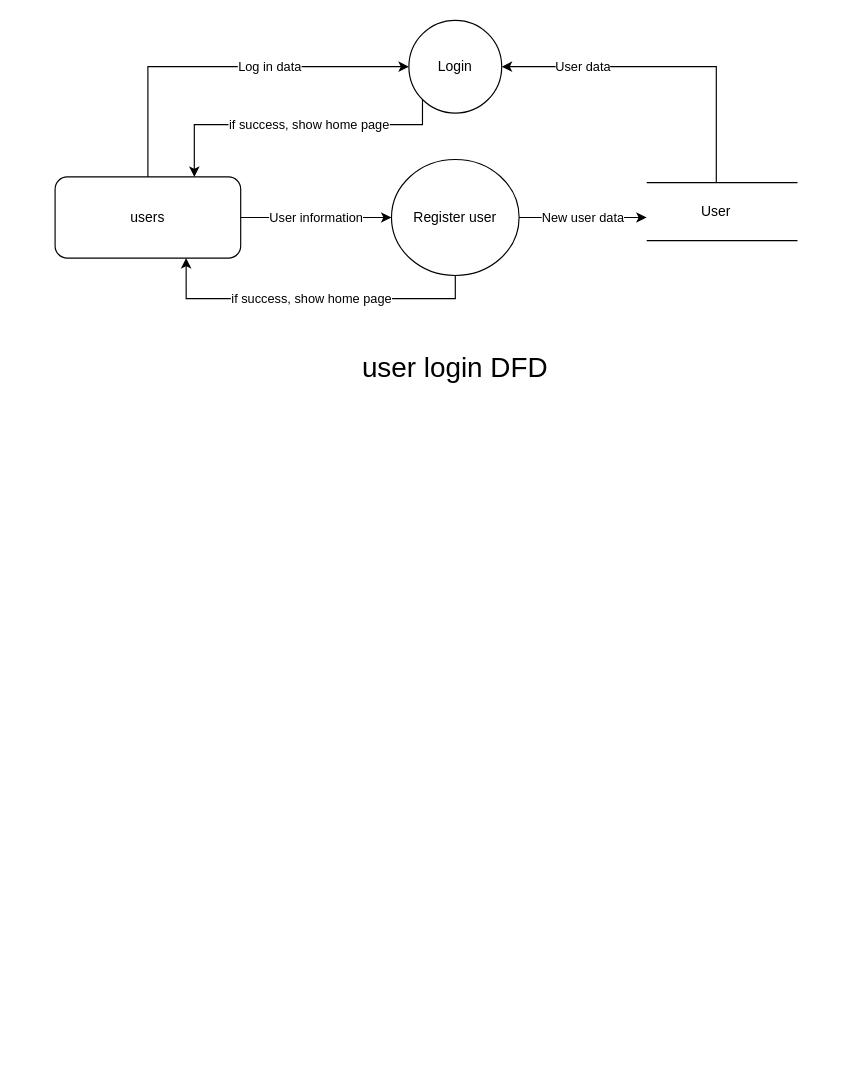
This is page "In_Customer" (1 of 6) of health.drawio from YeMyat144/DFD_ER, a draw.io file, before an edit. Source tidied: cells renumbered, new cells numbered last; positions are measured from the earlier drawing's top-left corner, leaving out a move shared by most shapes. Both pictures are drawn from the tidied source at 116%, with x=0, y=0 at pixel (55, 20).
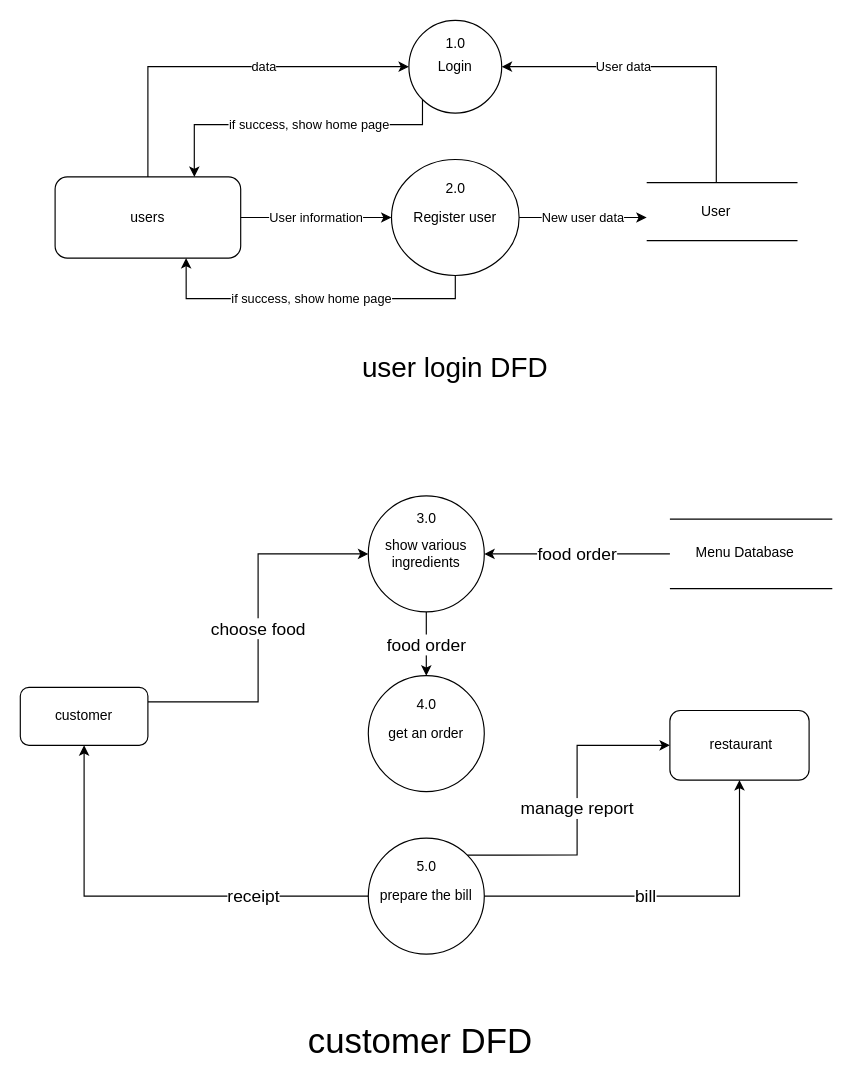
Above is the later version.

The change refers to these unchanged cells:
```xml
<mxCell id="3" value="Login" style="ellipse;whiteSpace=wrap;html=1;" parent="1" vertex="1">
  <mxGeometry x="305" width="80" height="80" as="geometry" />
</mxCell>
<mxCell id="6" value="&lt;font style=&quot;font-size: 12px;&quot;&gt;users&lt;/font&gt;" style="rounded=1;whiteSpace=wrap;html=1;" parent="1" vertex="1">
  <mxGeometry y="135" width="160" height="70" as="geometry" />
</mxCell>
```

Change to the diagram source:
```diff
@@
-    <mxCell id="5" value="Log in data" style="edgeStyle=orthogonalEdgeStyle;rounded=0;jettySize=auto;html=1;exitX=0.532;exitY=0.016;exitDx=0;exitDy=0;entryX=0;entryY=0.5;entryDx=0;entryDy=0;exitPerimeter=0;" parent="1" edge="1" source="6" target="3">
-      <mxGeometry x="0.26" relative="1" as="geometry">
+    <mxCell id="5" value="data" style="edgeStyle=orthogonalEdgeStyle;rounded=0;jettySize=auto;html=1;exitX=0.532;exitY=0.016;exitDx=0;exitDy=0;entryX=0;entryY=0.5;entryDx=0;entryDy=0;exitPerimeter=0;" parent="1" edge="1" source="6" target="3">
+      <mxGeometry x="0.23" relative="1" as="geometry">
         <Array as="points">
           <mxPoint x="80" y="130" />
           <mxPoint x="80" y="130" />
           <mxPoint x="80" y="40" />
         </Array>
       </mxGeometry>
     </mxCell>
@@
     <mxCell id="9" value="User data" style="edgeStyle=orthogonalEdgeStyle;rounded=0;jettySize=auto;html=1;exitX=0.5;exitY=0;exitDx=0;exitDy=0;entryX=1;entryY=0.5;entryDx=0;entryDy=0;" parent="1" edge="1" target="3">
-      <mxGeometry x="0.51" relative="1" as="geometry">
+      <mxGeometry x="0.26" relative="1" as="geometry">
         <mxPoint x="570" y="140" as="sourcePoint" />
         <Array as="points">
           <mxPoint x="570" y="40" />
         </Array>
       </mxGeometry>
     </mxCell>
@@
+    <mxCell id="15" value="choose food" style="edgeStyle=orthogonalEdgeStyle;rounded=0;jettySize=auto;html=1;exitX=1;exitY=0.25;exitDx=0;exitDy=0;entryX=0;entryY=0.5;entryDx=0;entryDy=0;fontSize=15;" parent="1" edge="1" source="16" target="19">
+      <mxGeometry relative="1" as="geometry" />
+    </mxCell>
+    <mxCell id="16" value="customer" style="rounded=1;whiteSpace=wrap;html=1;" parent="1" vertex="1">
+      <mxGeometry x="-30" y="575" width="110" height="50" as="geometry" />
+    </mxCell>
+    <mxCell id="17" value="food order" style="edgeStyle=orthogonalEdgeStyle;rounded=0;jettySize=auto;html=1;exitX=1;exitY=0.5;exitDx=0;exitDy=0;startArrow=classic;startFill=1;endArrow=none;endFill=0;fontSize=15;" parent="1" edge="1" source="19">
+      <mxGeometry relative="1" as="geometry">
+        <mxPoint x="530" y="460" as="targetPoint" />
+      </mxGeometry>
+    </mxCell>
+    <mxCell id="18" value="food order" style="edgeStyle=orthogonalEdgeStyle;rounded=0;jettySize=auto;html=1;fontSize=15;" parent="1" edge="1" source="19" target="20">
+      <mxGeometry relative="1" as="geometry" />
+    </mxCell>
+    <mxCell id="19" value="show various ingredients" style="ellipse;whiteSpace=wrap;html=1;" parent="1" vertex="1">
+      <mxGeometry x="270" y="410" width="100" height="100" as="geometry" />
+    </mxCell>
+    <mxCell id="20" value="get an order" style="ellipse;whiteSpace=wrap;html=1;" parent="1" vertex="1">
+      <mxGeometry x="270" y="565" width="100" height="100" as="geometry" />
+    </mxCell>
+    <mxCell id="21" value="receipt" style="edgeStyle=orthogonalEdgeStyle;rounded=0;jettySize=auto;html=1;exitX=0;exitY=0.5;exitDx=0;exitDy=0;entryX=0.5;entryY=1;entryDx=0;entryDy=0;fontSize=15;" parent="1" edge="1" target="16">
+      <mxGeometry x="-0.27" relative="1" as="geometry">
+        <mxPoint x="329.7" y="755" as="sourcePoint" />
+        <Array as="points">
+          <mxPoint x="25" y="755" />
+        </Array>
+      </mxGeometry>
+    </mxCell>
+    <mxCell id="22" value="manage report" style="edgeStyle=orthogonalEdgeStyle;rounded=0;jettySize=auto;html=1;exitX=1;exitY=0;exitDx=0;exitDy=0;entryX=0;entryY=0.5;entryDx=0;entryDy=0;fontSize=15;" parent="1" edge="1" source="23" target="27">
+      <mxGeometry relative="1" as="geometry" />
+    </mxCell>
+    <mxCell id="23" value="prepare the bill" style="ellipse;whiteSpace=wrap;html=1;" parent="1" vertex="1">
+      <mxGeometry x="270" y="705" width="100" height="100" as="geometry" />
+    </mxCell>
+    <mxCell id="24" value="Menu Database" style="text;html=1;align=center;verticalAlign=middle;whiteSpace=wrap;rounded=0;" parent="1" vertex="1">
+      <mxGeometry x="550" y="444.4" width="90" height="30" as="geometry" />
+    </mxCell>
+    <mxCell id="25" style="edgeStyle=orthogonalEdgeStyle;rounded=0;orthogonalLoop=1;jettySize=auto;html=1;exitX=0.5;exitY=1;exitDx=0;exitDy=0;" parent="1" edge="1" source="24" target="24">
+      <mxGeometry relative="1" as="geometry" />
+    </mxCell>
+    <mxCell id="26" value="bill" style="edgeStyle=orthogonalEdgeStyle;rounded=0;jettySize=auto;html=1;exitX=0.5;exitY=1;exitDx=0;exitDy=0;entryX=1;entryY=0.5;entryDx=0;entryDy=0;startArrow=classic;startFill=1;endArrow=none;endFill=0;fontSize=15;" parent="1" edge="1" source="27" target="23">
+      <mxGeometry x="0.13" relative="1" as="geometry" />
+    </mxCell>
+    <mxCell id="27" value="&amp;nbsp;restaurant" style="rounded=1;whiteSpace=wrap;html=1;" parent="1" vertex="1">
+      <mxGeometry x="530" y="595" width="120" height="60" as="geometry" />
+    </mxCell>
+    <mxCell id="28" value="customer DFD" style="text;html=1;align=center;verticalAlign=middle;whiteSpace=wrap;rounded=0;fontSize=30;" parent="1" vertex="1">
+      <mxGeometry x="215" y="855" width="200" height="50" as="geometry" />
+    </mxCell>
+    <mxCell id="29" value="1.0" style="text;html=1;align=center;verticalAlign=middle;whiteSpace=wrap;rounded=0;" parent="1" vertex="1">
+      <mxGeometry x="322.5" y="10" width="45" height="20" as="geometry" />
+    </mxCell>
+    <mxCell id="30" value="2.0" style="text;html=1;align=center;verticalAlign=middle;whiteSpace=wrap;rounded=0;" parent="1" vertex="1">
+      <mxGeometry x="322.5" y="135" width="45" height="20" as="geometry" />
+    </mxCell>
+    <mxCell id="31" value="3.0" style="text;html=1;align=center;verticalAlign=middle;whiteSpace=wrap;rounded=0;" parent="1" vertex="1">
+      <mxGeometry x="297.5" y="420" width="45" height="20" as="geometry" />
+    </mxCell>
+    <mxCell id="32" value="4.0" style="text;html=1;align=center;verticalAlign=middle;whiteSpace=wrap;rounded=0;" parent="1" vertex="1">
+      <mxGeometry x="297.5" y="580" width="45" height="20" as="geometry" />
+    </mxCell>
+    <mxCell id="33" value="5.0" style="text;html=1;align=center;verticalAlign=middle;whiteSpace=wrap;rounded=0;" parent="1" vertex="1">
+      <mxGeometry x="297.5" y="720" width="45" height="20" as="geometry" />
+    </mxCell>
+    <mxCell id="34" style="endArrow=none;html=1;rounded=0;" parent="1" edge="1">
+      <mxGeometry relative="1" as="geometry">
+        <mxPoint x="530" y="430" as="sourcePoint" />
+        <mxPoint x="670" y="430" as="targetPoint" />
+      </mxGeometry>
+    </mxCell>
+    <mxCell id="35" style="endArrow=none;html=1;rounded=0;" parent="1" edge="1">
+      <mxGeometry relative="1" as="geometry">
+        <mxPoint x="530" y="490" as="sourcePoint" />
+        <mxPoint x="670" y="490" as="targetPoint" />
+      </mxGeometry>
+    </mxCell>
```
